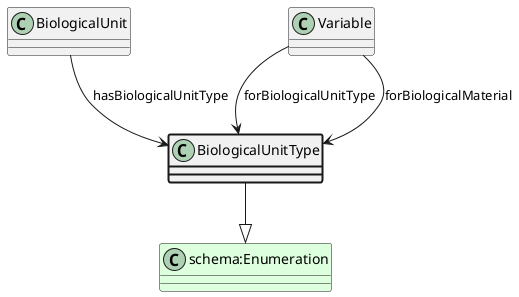
aus-plant-phenomics-network/appn-schema keeps this PlantUML diagram as ttl_uml/ttl_appn_BiologicalUnitType.png. Above is the earlier version.
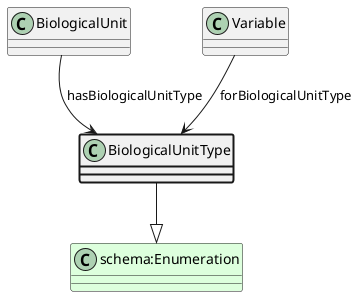
The same file after the commit.

Change to the diagram source:
```diff
@@ -6,6 +6,4 @@
 BiologicalUnit --> BiologicalUnitType : hasBiologicalUnitType
 class Variable
 Variable --> BiologicalUnitType : forBiologicalUnitType
-class Variable
-Variable --> BiologicalUnitType : forBiologicalMaterial
 @enduml
```
